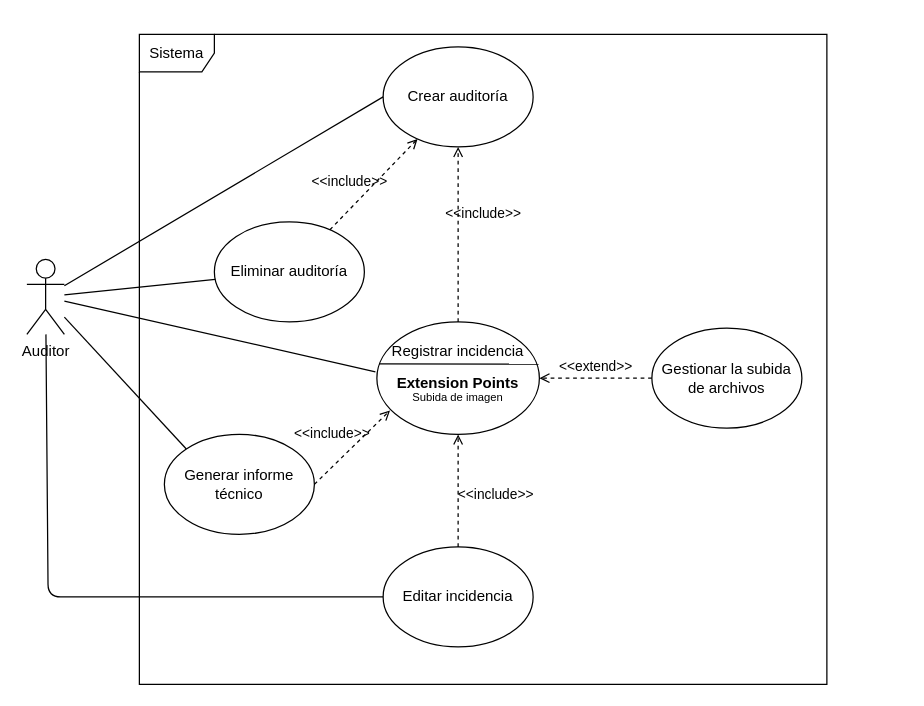
Above: page "Gestión de auditorías" (2 of 3) of useCases.drawio in Carrivax/diagrams (draw.io), before the change. Source tidied: cells renumbered, new cells numbered last; positions are measured from the earlier drawing's top-left corner, leaving out a move shared by most shapes. Both pictures are drawn from the tidied source at 125%, with x=0, y=0 at pixel (26, 34).
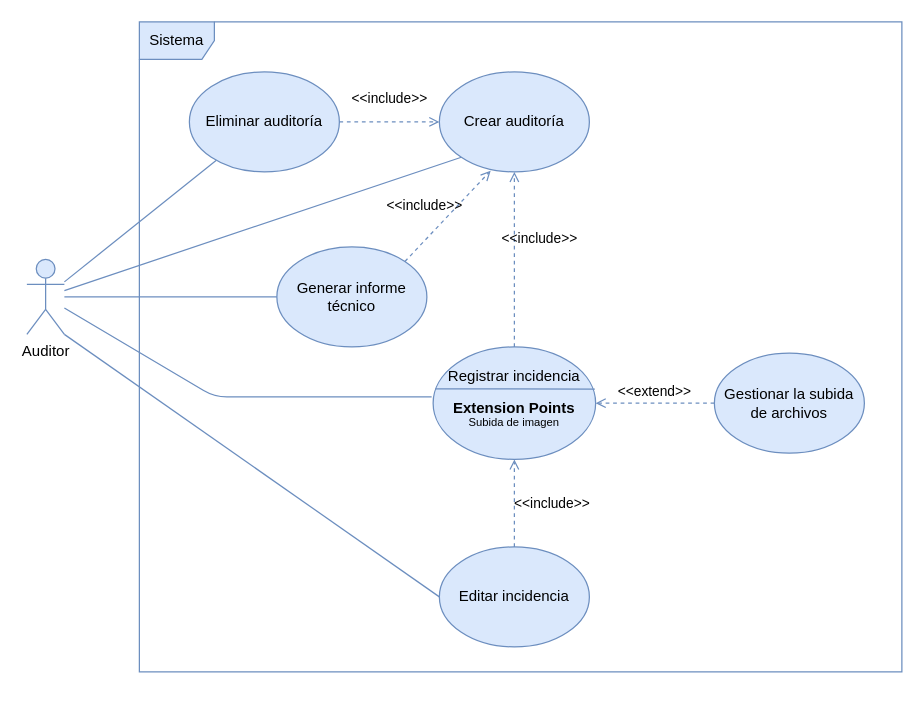
The same page after the edit.

What changed in the source:
```diff
@@
-    <mxCell id="2" value="Sistema" style="shape=umlFrame;whiteSpace=wrap;html=1;" parent="1" vertex="1">
-      <mxGeometry x="90" width="550" height="520" as="geometry" />
+    <mxCell id="2" value="Sistema" style="shape=umlFrame;whiteSpace=wrap;html=1;fillColor=#dae8fc;strokeColor=#6c8ebf;" parent="1" vertex="1">
+      <mxGeometry x="90" y="-10" width="610" height="520" as="geometry" />
     </mxCell>
-    <mxCell id="3" value="&lt;div&gt;Auditor&lt;/div&gt;&lt;div&gt;&lt;br&gt;&lt;/div&gt;" style="shape=umlActor;verticalLabelPosition=bottom;verticalAlign=top;html=1;outlineConnect=0;" parent="1" vertex="1">
+    <mxCell id="3" value="&lt;div&gt;Auditor&lt;/div&gt;&lt;div&gt;&lt;br&gt;&lt;/div&gt;" style="shape=umlActor;verticalLabelPosition=bottom;verticalAlign=top;html=1;outlineConnect=0;fillColor=#dae8fc;strokeColor=#6c8ebf;" parent="1" vertex="1">
       <mxGeometry y="180" width="30" height="60" as="geometry" />
     </mxCell>
-    <mxCell id="4" value="Crear auditoría" style="ellipse;whiteSpace=wrap;html=1;" parent="1" vertex="1">
-      <mxGeometry x="285" y="10" width="120" height="80" as="geometry" />
+    <mxCell id="4" value="Crear auditoría" style="ellipse;whiteSpace=wrap;html=1;fillColor=#dae8fc;strokeColor=#6c8ebf;" parent="1" vertex="1">
+      <mxGeometry x="330" y="30" width="120" height="80" as="geometry" />
     </mxCell>
-    <mxCell id="5" style="endArrow=none;html=1;entryX=0;entryY=0.5;entryDx=0;entryDy=0;" parent="1" edge="1" source="3" target="4">
+    <mxCell id="5" style="endArrow=none;html=1;entryX=0;entryY=1;entryDx=0;entryDy=0;fillColor=#dae8fc;strokeColor=#6c8ebf;" parent="1" edge="1" source="3" target="4">
       <mxGeometry relative="1" as="geometry" />
     </mxCell>
-    <mxCell id="6" value="&lt;div&gt;Editar incidencia&lt;/div&gt;" style="ellipse;whiteSpace=wrap;html=1;" parent="1" vertex="1">
-      <mxGeometry x="285" y="410" width="120" height="80" as="geometry" />
+    <mxCell id="6" value="&lt;div&gt;Editar incidencia&lt;/div&gt;" style="ellipse;whiteSpace=wrap;html=1;fillColor=#dae8fc;strokeColor=#6c8ebf;" parent="1" vertex="1">
+      <mxGeometry x="330" y="410" width="120" height="80" as="geometry" />
     </mxCell>
-    <mxCell id="7" style="endArrow=none;html=1;entryX=-0.009;entryY=0.444;entryDx=0;entryDy=0;entryPerimeter=0;" parent="1" edge="1" source="3" target="17">
-      <mxGeometry relative="1" as="geometry" />
+    <mxCell id="7" style="endArrow=none;html=1;entryX=-0.009;entryY=0.444;entryDx=0;entryDy=0;entryPerimeter=0;fillColor=#dae8fc;strokeColor=#6c8ebf;" parent="1" edge="1" source="3" target="17">
+      <mxGeometry relative="1" as="geometry">
+        <Array as="points">
+          <mxPoint x="150" y="290" />
+        </Array>
+      </mxGeometry>
     </mxCell>
-    <mxCell id="8" style="endArrow=none;html=1;" parent="1" edge="1" source="3" target="6">
-      <mxGeometry relative="1" as="geometry">
-        <Array as="points">
-          <mxPoint x="17" y="450" />
-        </Array>
-      </mxGeometry>
+    <mxCell id="8" style="endArrow=none;html=1;fillColor=#dae8fc;strokeColor=#6c8ebf;exitX=1;exitY=1;exitDx=0;exitDy=0;exitPerimeter=0;entryX=0;entryY=0.5;entryDx=0;entryDy=0;" parent="1" edge="1" source="3" target="6">
+      <mxGeometry relative="1" as="geometry" />
     </mxCell>
-    <mxCell id="9" value="Eliminar auditoría" style="ellipse;whiteSpace=wrap;html=1;" parent="1" vertex="1">
-      <mxGeometry x="150" y="150" width="120" height="80" as="geometry" />
+    <mxCell id="9" value="Eliminar auditoría" style="ellipse;whiteSpace=wrap;html=1;fillColor=#dae8fc;strokeColor=#6c8ebf;" parent="1" vertex="1">
+      <mxGeometry x="130" y="30" width="120" height="80" as="geometry" />
     </mxCell>
-    <mxCell id="10" style="endArrow=none;html=1;" parent="1" edge="1" source="3" target="9">
+    <mxCell id="10" style="endArrow=none;html=1;fillColor=#dae8fc;strokeColor=#6c8ebf;" parent="1" edge="1" source="3" target="9">
       <mxGeometry relative="1" as="geometry" />
     </mxCell>
-    <mxCell id="11" value="&amp;lt;&amp;lt;include&amp;gt;&amp;gt;" style="html=1;verticalAlign=bottom;labelBackgroundColor=none;endArrow=open;endFill=0;dashed=1;" parent="1" edge="1" source="9" target="4">
-      <mxGeometry x="-0.37" y="9" relative="1" as="geometry" />
+    <mxCell id="11" value="&amp;lt;&amp;lt;include&amp;gt;&amp;gt;" style="html=1;verticalAlign=bottom;labelBackgroundColor=none;endArrow=open;endFill=0;dashed=1;fillColor=#dae8fc;strokeColor=#6c8ebf;" parent="1" edge="1" source="9" target="4">
+      <mxGeometry y="10" relative="1" as="geometry" />
     </mxCell>
-    <mxCell id="12" value="&amp;lt;&amp;lt;include&amp;gt;&amp;gt;" style="html=1;verticalAlign=bottom;labelBackgroundColor=none;endArrow=open;endFill=0;dashed=1;entryX=0.5;entryY=1;entryDx=0;entryDy=0;exitX=0.5;exitY=0;exitDx=0;exitDy=0;" parent="1" edge="1" source="17" target="4">
+    <mxCell id="12" value="&amp;lt;&amp;lt;include&amp;gt;&amp;gt;" style="html=1;verticalAlign=bottom;labelBackgroundColor=none;endArrow=open;endFill=0;dashed=1;entryX=0.5;entryY=1;entryDx=0;entryDy=0;exitX=0.5;exitY=0;exitDx=0;exitDy=0;fillColor=#dae8fc;strokeColor=#6c8ebf;" parent="1" edge="1" source="17" target="4">
       <mxGeometry x="0.11" y="-20" relative="1" as="geometry" />
     </mxCell>
-    <mxCell id="13" value="&amp;lt;&amp;lt;include&amp;gt;&amp;gt;" style="html=1;verticalAlign=bottom;labelBackgroundColor=none;endArrow=open;endFill=0;dashed=1;entryX=0.5;entryY=1;entryDx=0;entryDy=0;exitX=0.5;exitY=0;exitDx=0;exitDy=0;" parent="1" edge="1" source="6" target="17">
+    <mxCell id="13" value="&amp;lt;&amp;lt;include&amp;gt;&amp;gt;" style="html=1;verticalAlign=bottom;labelBackgroundColor=none;endArrow=open;endFill=0;dashed=1;entryX=0.5;entryY=1;entryDx=0;entryDy=0;exitX=0.5;exitY=0;exitDx=0;exitDy=0;fillColor=#dae8fc;strokeColor=#6c8ebf;" parent="1" edge="1" source="6" target="17">
       <mxGeometry x="-0.27" y="-30" relative="1" as="geometry" />
     </mxCell>
-    <mxCell id="14" value="Gestionar la subida de archivos" style="ellipse;whiteSpace=wrap;html=1;" parent="1" vertex="1">
-      <mxGeometry x="500" y="235" width="120" height="80" as="geometry" />
+    <mxCell id="14" value="Gestionar la subida de archivos" style="ellipse;whiteSpace=wrap;html=1;fillColor=#dae8fc;strokeColor=#6c8ebf;" parent="1" vertex="1">
+      <mxGeometry x="550" y="255" width="120" height="80" as="geometry" />
     </mxCell>
-    <mxCell id="15" value="&amp;lt;&amp;lt;extend&amp;gt;&amp;gt;" style="html=1;verticalAlign=bottom;labelBackgroundColor=none;endArrow=open;endFill=0;dashed=1;entryX=1;entryY=0.5;entryDx=0;entryDy=0;exitX=0;exitY=0.5;exitDx=0;exitDy=0;" parent="1" edge="1" source="14" target="17">
+    <mxCell id="15" value="&amp;lt;&amp;lt;extend&amp;gt;&amp;gt;" style="html=1;verticalAlign=bottom;labelBackgroundColor=none;endArrow=open;endFill=0;dashed=1;entryX=1;entryY=0.5;entryDx=0;entryDy=0;exitX=0;exitY=0.5;exitDx=0;exitDy=0;fillColor=#dae8fc;strokeColor=#6c8ebf;" parent="1" edge="1" source="14" target="17">
       <mxGeometry relative="1" as="geometry" />
     </mxCell>
     <mxCell id="16" style="group;" parent="1" vertex="1">
-      <mxGeometry x="280" y="240" width="130" height="80" as="geometry" />
+      <mxGeometry x="325" y="260" width="130" height="80" as="geometry" />
     </mxCell>
-    <mxCell id="17" value="&lt;div&gt;Registrar incidencia&lt;/div&gt;&lt;div&gt;&lt;br&gt;&lt;/div&gt;&lt;div&gt;&lt;br&gt;&lt;/div&gt;&lt;div&gt;&lt;br&gt;&lt;/div&gt;" style="ellipse;whiteSpace=wrap;html=1;" parent="16" vertex="1">
+    <mxCell id="17" value="&lt;div&gt;Registrar incidencia&lt;/div&gt;&lt;div&gt;&lt;br&gt;&lt;/div&gt;&lt;div&gt;&lt;br&gt;&lt;/div&gt;&lt;div&gt;&lt;br&gt;&lt;/div&gt;" style="ellipse;whiteSpace=wrap;html=1;fillColor=#dae8fc;strokeColor=#6c8ebf;" parent="16" vertex="1">
       <mxGeometry y="-10" width="130" height="90" as="geometry" />
     </mxCell>
-    <mxCell id="18" style="endArrow=none;html=1;exitX=0.013;exitY=0.373;exitDx=0;exitDy=0;exitPerimeter=0;entryX=0.995;entryY=0.376;entryDx=0;entryDy=0;entryPerimeter=0;" parent="16" edge="1" source="17" target="17">
+    <mxCell id="18" style="endArrow=none;html=1;exitX=0.013;exitY=0.373;exitDx=0;exitDy=0;exitPerimeter=0;entryX=0.995;entryY=0.376;entryDx=0;entryDy=0;entryPerimeter=0;fillColor=#dae8fc;strokeColor=#6c8ebf;" parent="16" edge="1" source="17" target="17">
       <mxGeometry relative="1" as="geometry" />
     </mxCell>
-    <mxCell id="19" value="&lt;div&gt;&lt;b&gt;Extension Points&lt;/b&gt;&lt;/div&gt;&lt;div style=&quot;font-size: 9px&quot;&gt;Subida de imagen&lt;b&gt;&lt;br&gt;&lt;/b&gt;&lt;/div&gt;&lt;div&gt;&lt;b&gt;&lt;br&gt;&lt;/b&gt;&lt;/div&gt;" style="text;html=1;strokeColor=none;fillColor=none;align=center;verticalAlign=middle;whiteSpace=wrap;rounded=0;" parent="16" vertex="1">
+    <mxCell id="19" value="&lt;div&gt;&lt;b&gt;Extension Points&lt;/b&gt;&lt;/div&gt;&lt;div style=&quot;font-size: 9px&quot;&gt;Subida de imagen&lt;b&gt;&lt;br&gt;&lt;/b&gt;&lt;/div&gt;&lt;div&gt;&lt;b&gt;&lt;br&gt;&lt;/b&gt;&lt;/div&gt;" style="text;html=1;align=center;verticalAlign=middle;whiteSpace=wrap;rounded=0;" parent="16" vertex="1">
       <mxGeometry x="15" y="26" width="100" height="50" as="geometry" />
     </mxCell>
-    <mxCell id="20" value="Generar informe técnico" style="ellipse;whiteSpace=wrap;html=1;" parent="1" vertex="1">
-      <mxGeometry x="110" y="320" width="120" height="80" as="geometry" />
+    <mxCell id="20" value="Generar informe técnico" style="ellipse;whiteSpace=wrap;html=1;fillColor=#dae8fc;strokeColor=#6c8ebf;" parent="1" vertex="1">
+      <mxGeometry x="200" y="170" width="120" height="80" as="geometry" />
     </mxCell>
-    <mxCell id="21" style="endArrow=none;html=1;entryX=0;entryY=0;entryDx=0;entryDy=0;" parent="1" edge="1" source="3" target="20">
+    <mxCell id="21" style="endArrow=none;html=1;entryX=0;entryY=0.5;entryDx=0;entryDy=0;fillColor=#dae8fc;strokeColor=#6c8ebf;" parent="1" edge="1" source="3" target="20">
       <mxGeometry relative="1" as="geometry" />
     </mxCell>
-    <mxCell id="22" value="&amp;lt;&amp;lt;include&amp;gt;&amp;gt;" style="html=1;verticalAlign=bottom;labelBackgroundColor=none;endArrow=open;endFill=0;dashed=1;exitX=1;exitY=0.5;exitDx=0;exitDy=0;entryX=0.081;entryY=0.787;entryDx=0;entryDy=0;entryPerimeter=0;" parent="1" edge="1" source="20" target="17">
+    <mxCell id="22" value="&amp;lt;&amp;lt;include&amp;gt;&amp;gt;" style="html=1;verticalAlign=bottom;labelBackgroundColor=none;endArrow=open;endFill=0;dashed=1;exitX=1;exitY=0;exitDx=0;exitDy=0;entryX=0.342;entryY=0.988;entryDx=0;entryDy=0;entryPerimeter=0;fillColor=#dae8fc;strokeColor=#6c8ebf;" parent="1" edge="1" source="20" target="4">
       <mxGeometry x="-0.25" y="13" relative="1" as="geometry" />
     </mxCell>
```
